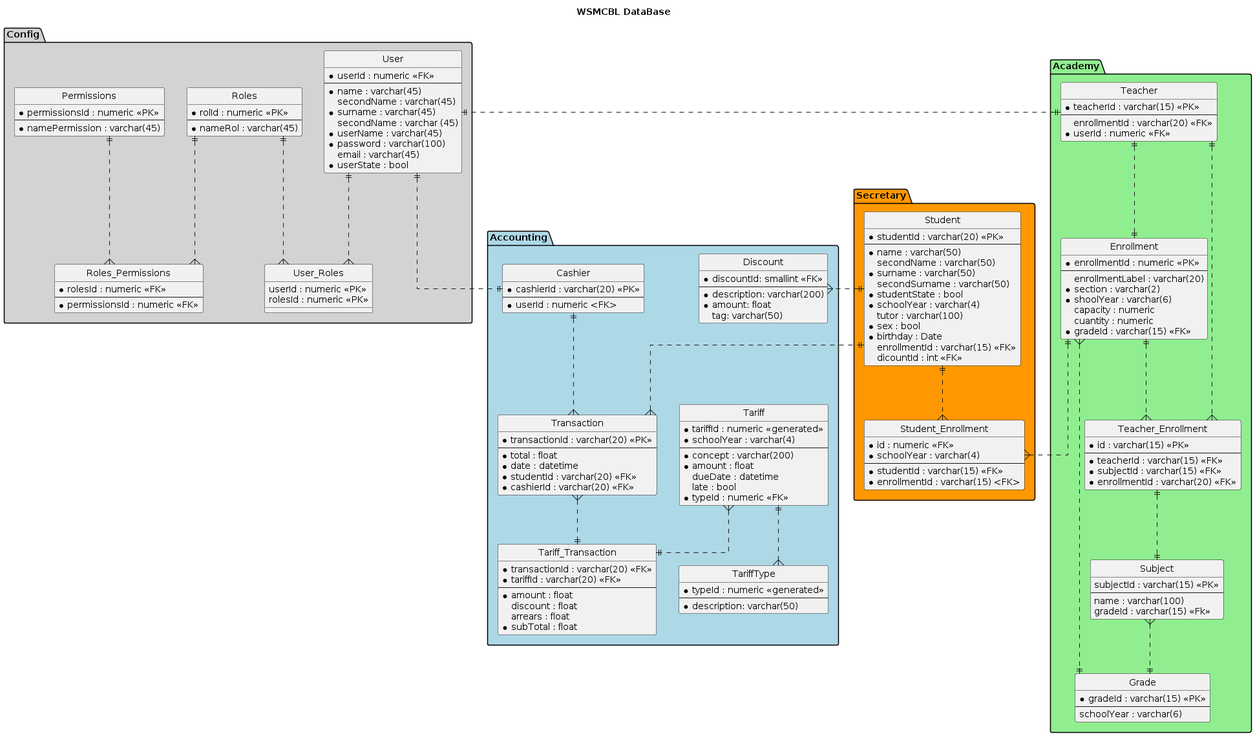
Earlier version of the PlantUML export out/DesignView/database.png (wsmcbl/wsmcbl.doc).
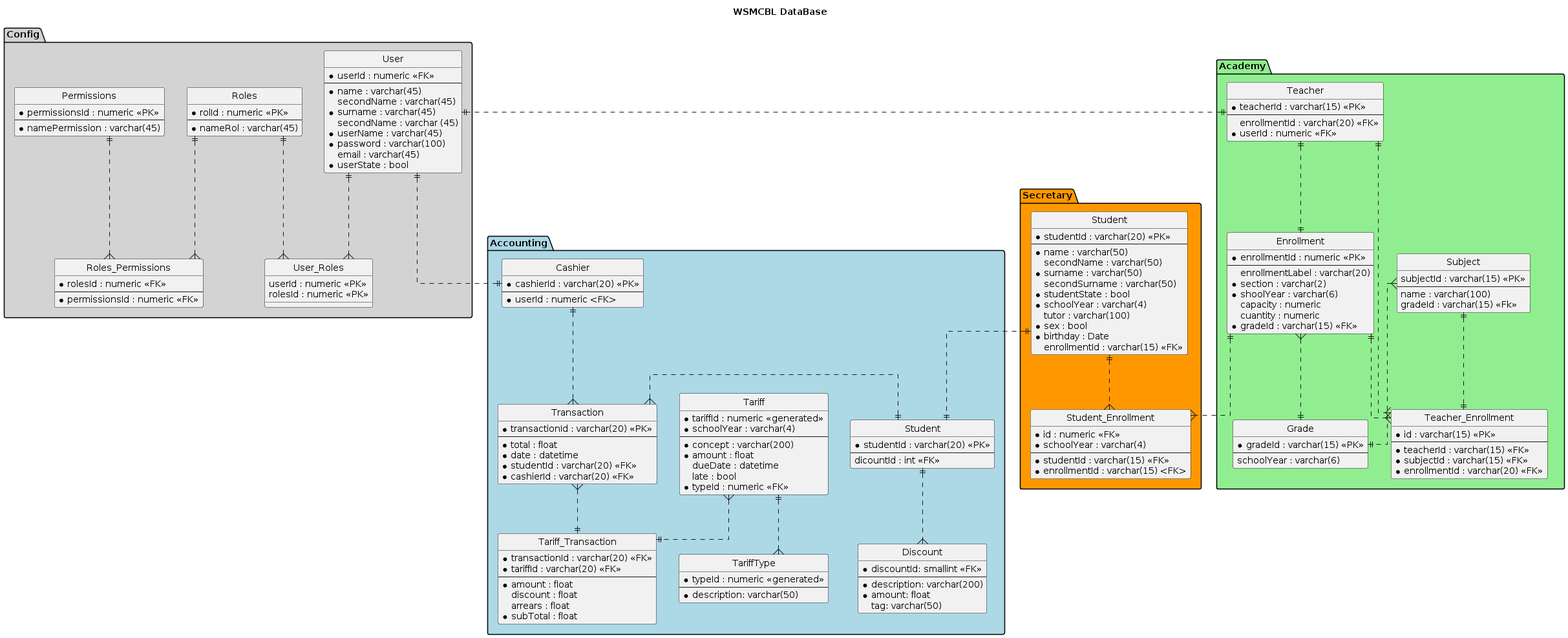
Later version of the same file.

The edit, as a diff of the source:
```diff
@@ -70,7 +70,6 @@
         * sex : bool
         * birthday : Date
         enrollmentId : varchar(15) <<FK>>
-        dicountId : int <<FK>>
     }
 
     entity Student_Enrollment
@@ -143,10 +142,19 @@
         tag: varchar(50)
     }
 
+    entity Student
+    {
+        * studentId : varchar(20) <<PK>>
+        --
+        dicountId : int <<FK>>
+    }
+
     Cashier ||..{Transaction
     Tariff}..|| Tariff_Transaction
     Transaction}..|| Tariff_Transaction
     Tariff ||..{ TariffType
+    Student ||.left.{ Transaction
+    Student ||..{ Discount
 }
 
 package Academy #LightGreen
@@ -199,14 +207,11 @@
     Subject}..|| Grade
     Teacher ||..|| Enrollment
     Teacher ||..{ Teacher_Enrollment
-    Subject ||.up.|| Teacher_Enrollment
+    Subject ||..|| Teacher_Enrollment
     Enrollment ||..{ Teacher_Enrollment
 }
 
-
-
-Student ||.left.{ Transaction
-Student ||..{ Discount
+Secretary.Student ||..|| Accounting.Student
 Enrollment ||..{ Student_Enrollment
 User ||..|| Cashier
 User ||.left.|| Teacher
```
